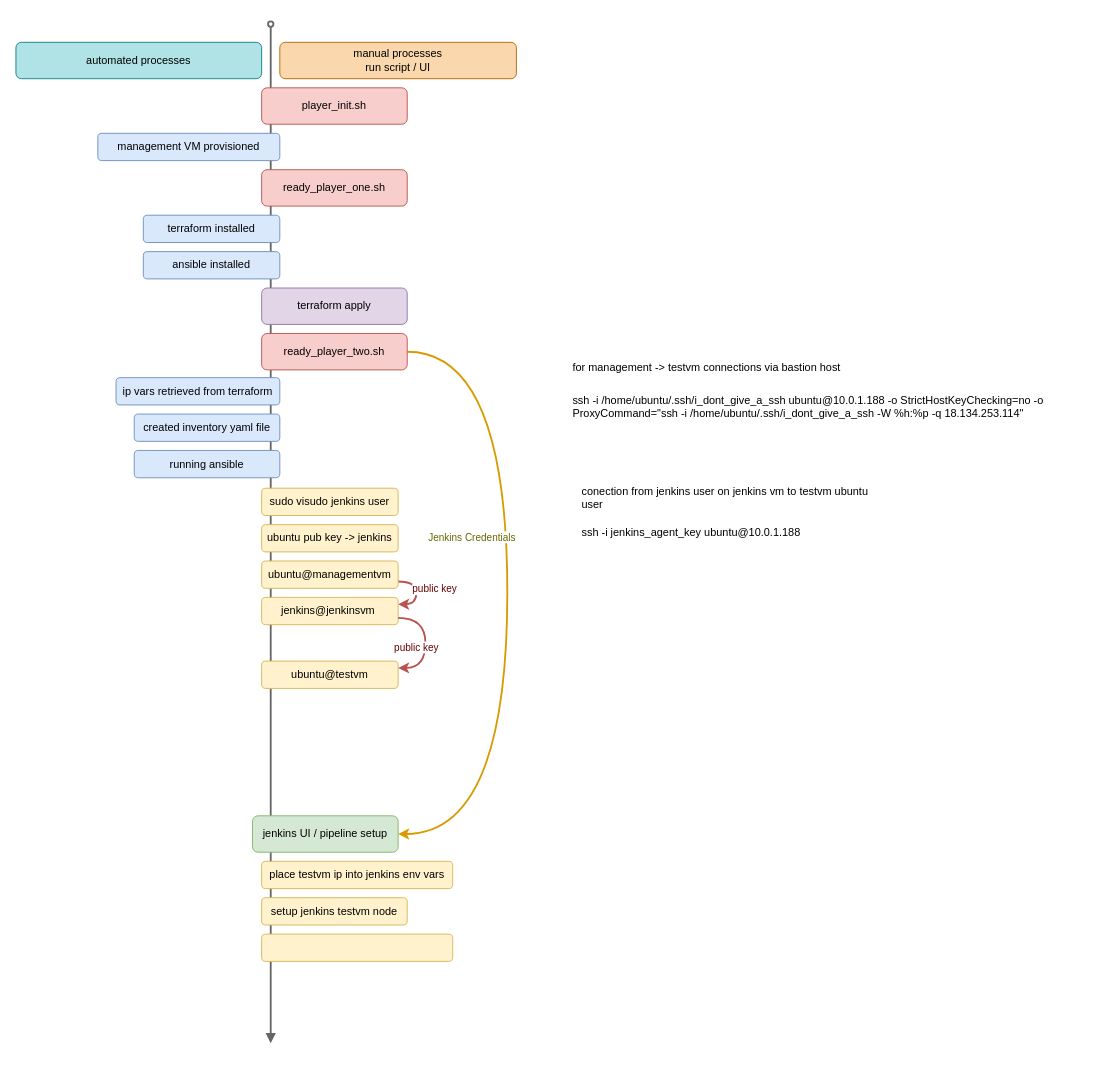
The draw.io diagram other_files/manual_process_checkpoints.drawio in Jenkins-Spice-Latte/QA-Help-Queue-App, before the edit. Source tidied: cells renumbered, new cells numbered last; positions are measured from the earlier drawing's top-left corner, leaving out a move shared by most shapes. Both pictures are drawn from the tidied source at 91%, with x=0, y=0 at pixel (15, 24).
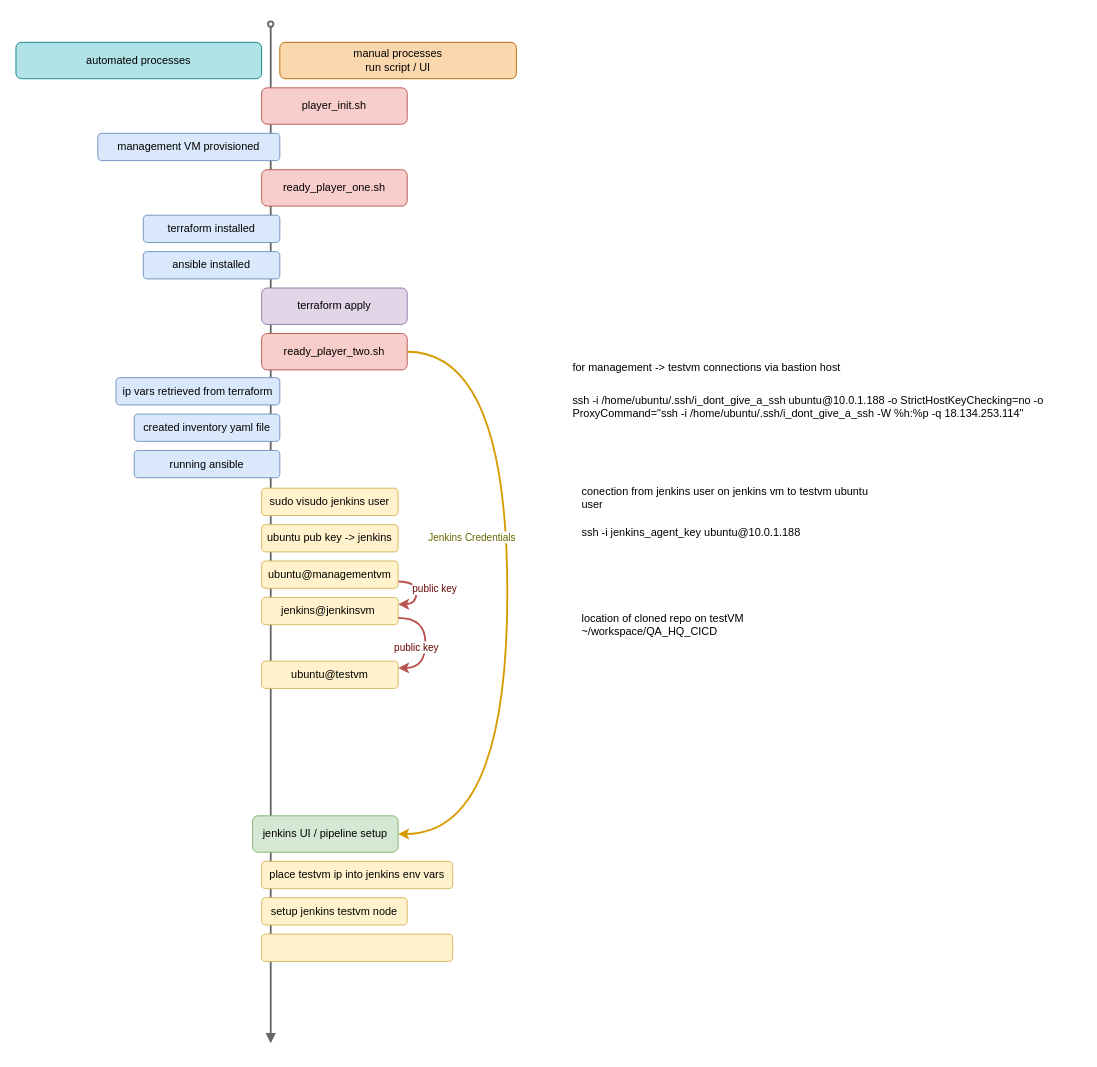
The same page after the edit.

Commit message (it also covers changes not shown here):
added maven installed to common

What changed in the source:
```diff
@@
+    <mxCell id="32" value="location of cloned repo on testVM&amp;nbsp;&lt;br&gt;~/workspace/QA_HQ_CICD" style="text;whiteSpace=wrap;html=1;" parent="1" vertex="1">
+      <mxGeometry x="620" y="640" width="550" height="40" as="geometry" />
+    </mxCell>
```
